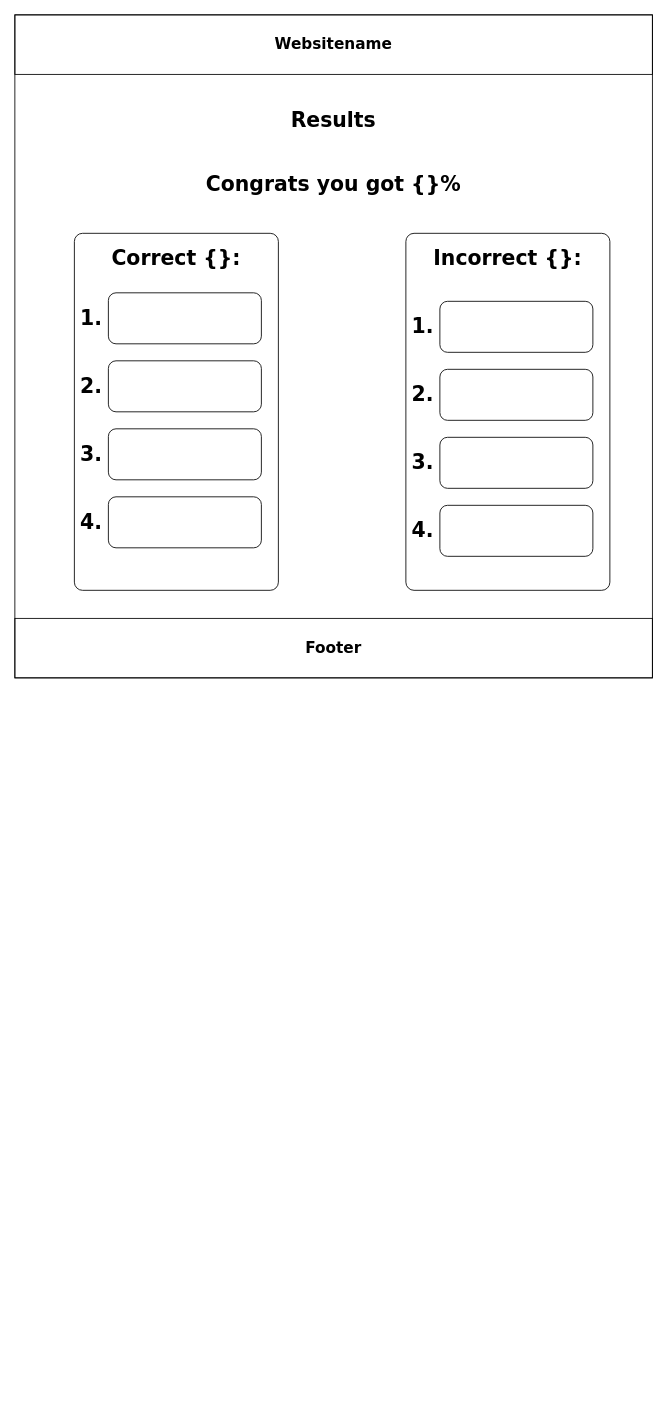
This is page "Quiz Result" (4 of 4) of WireFrames/Quiz WireFrame.drawio from TEESDAAL/QuizSite, a draw.io file, before an edit. Source tidied: cells renumbered, new cells numbered last; positions are measured from the earlier drawing's top-left corner, leaving out a move shared by most shapes. Both pictures are drawn from the tidied source at 85%, with x=0, y=0 at pixel (14, 14).
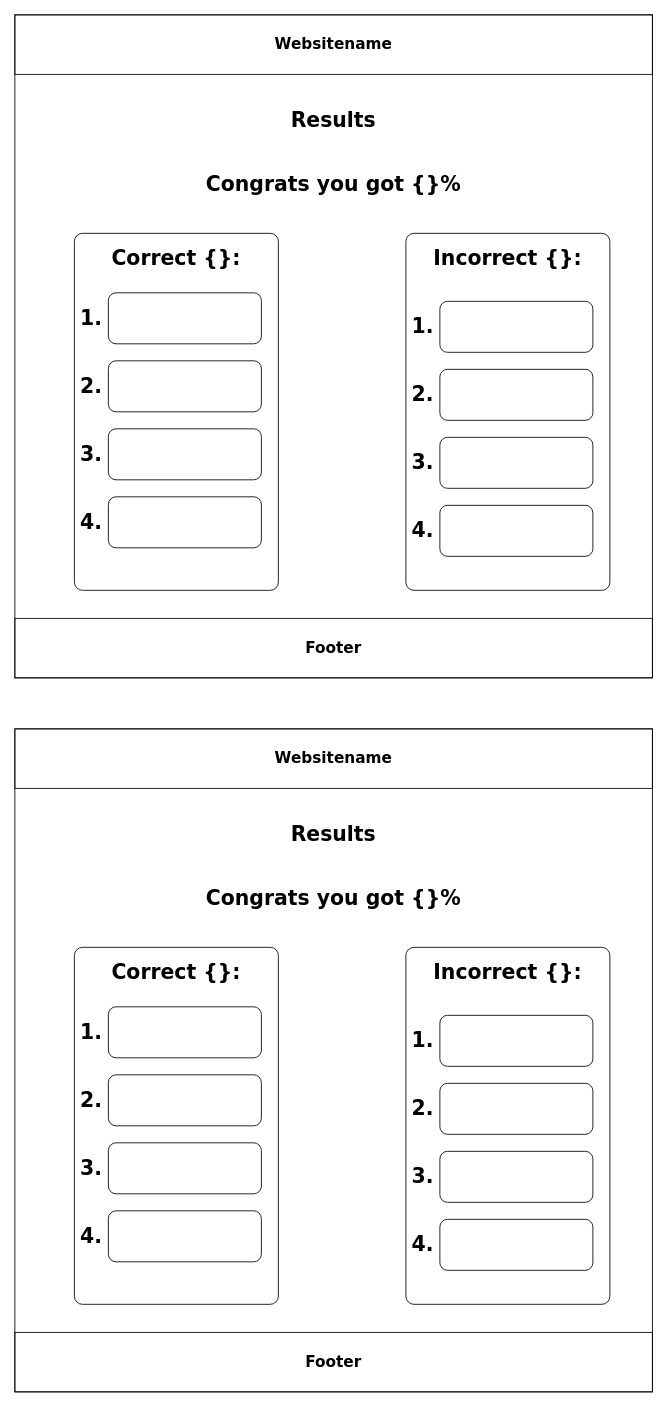
Above is the later version.

The edit, as a diff of the source:
```diff
@@
+    <mxCell id="29" style="rounded=0;whiteSpace=wrap;html=1;" parent="1" vertex="1">
+      <mxGeometry y="840" width="750" height="780" as="geometry" />
+    </mxCell>
+    <mxCell id="30" value="&lt;h2&gt;&lt;font face=&quot;Verdana&quot;&gt;Websitename&lt;/font&gt;&lt;/h2&gt;" style="rounded=0;whiteSpace=wrap;html=1;fillColor=none;align=center;" parent="1" vertex="1">
+      <mxGeometry y="840" width="750" height="70" as="geometry" />
+    </mxCell>
+    <mxCell id="31" value="&lt;h1&gt;&lt;font face=&quot;Verdana&quot;&gt;Results&lt;/font&gt;&lt;/h1&gt;" style="text;html=1;strokeColor=none;fillColor=none;align=center;verticalAlign=middle;whiteSpace=wrap;rounded=0;" parent="1" vertex="1">
+      <mxGeometry x="320" y="944" width="110" height="40" as="geometry" />
+    </mxCell>
+    <mxCell id="32" value="&lt;h1&gt;&lt;font face=&quot;Verdana&quot;&gt;Congrats you got {}%&lt;/font&gt;&lt;/h1&gt;" style="text;html=1;strokeColor=none;fillColor=none;align=center;verticalAlign=middle;whiteSpace=wrap;rounded=0;" parent="1" vertex="1">
+      <mxGeometry x="200" y="1020" width="350" height="40" as="geometry" />
+    </mxCell>
+    <mxCell id="33" style="rounded=1;whiteSpace=wrap;html=1;strokeColor=#FFFFFF;" parent="1" vertex="1">
+      <mxGeometry x="100" y="1137" width="120" height="60" as="geometry" />
+    </mxCell>
+    <mxCell id="34" style="rounded=1;whiteSpace=wrap;html=1;arcSize=4;" parent="1" vertex="1">
+      <mxGeometry x="70" y="1097" width="240" height="420" as="geometry" />
+    </mxCell>
+    <mxCell id="35" value="&lt;h1&gt;&lt;font face=&quot;Verdana&quot;&gt;Correct {}:&lt;/font&gt;&lt;/h1&gt;" style="text;html=1;strokeColor=none;fillColor=none;align=center;verticalAlign=middle;whiteSpace=wrap;rounded=0;" parent="1" vertex="1">
+      <mxGeometry x="70" y="1117" width="240" height="20" as="geometry" />
+    </mxCell>
+    <mxCell id="36" style="rounded=1;whiteSpace=wrap;html=1;" parent="1" vertex="1">
+      <mxGeometry x="110" y="1167" width="180" height="60" as="geometry" />
+    </mxCell>
+    <mxCell id="37" style="rounded=1;whiteSpace=wrap;html=1;" parent="1" vertex="1">
+      <mxGeometry x="110" y="1247" width="180" height="60" as="geometry" />
+    </mxCell>
+    <mxCell id="38" style="rounded=1;whiteSpace=wrap;html=1;" parent="1" vertex="1">
+      <mxGeometry x="110" y="1327" width="180" height="60" as="geometry" />
+    </mxCell>
+    <mxCell id="39" style="rounded=1;whiteSpace=wrap;html=1;" parent="1" vertex="1">
+      <mxGeometry x="110" y="1407" width="180" height="60" as="geometry" />
+    </mxCell>
+    <mxCell id="40" value="&lt;h1&gt;&lt;font face=&quot;Verdana&quot;&gt;1.&lt;/font&gt;&lt;/h1&gt;" style="text;html=1;strokeColor=none;fillColor=none;align=center;verticalAlign=middle;whiteSpace=wrap;rounded=0;" parent="1" vertex="1">
+      <mxGeometry x="70" y="1187" width="40" height="20" as="geometry" />
+    </mxCell>
+    <mxCell id="41" value="&lt;h1&gt;&lt;font face=&quot;Verdana&quot;&gt;2.&lt;/font&gt;&lt;/h1&gt;" style="text;html=1;strokeColor=none;fillColor=none;align=center;verticalAlign=middle;whiteSpace=wrap;rounded=0;" parent="1" vertex="1">
+      <mxGeometry x="70" y="1267" width="40" height="20" as="geometry" />
+    </mxCell>
+    <mxCell id="42" value="&lt;h1&gt;&lt;font face=&quot;Verdana&quot;&gt;3.&lt;/font&gt;&lt;/h1&gt;" style="text;html=1;strokeColor=none;fillColor=none;align=center;verticalAlign=middle;whiteSpace=wrap;rounded=0;" parent="1" vertex="1">
+      <mxGeometry x="70" y="1347" width="40" height="20" as="geometry" />
+    </mxCell>
+    <mxCell id="43" value="&lt;h1&gt;&lt;font face=&quot;Verdana&quot;&gt;4.&lt;/font&gt;&lt;/h1&gt;" style="text;html=1;strokeColor=none;fillColor=none;align=center;verticalAlign=middle;whiteSpace=wrap;rounded=0;" parent="1" vertex="1">
+      <mxGeometry x="70" y="1427" width="40" height="20" as="geometry" />
+    </mxCell>
+    <mxCell id="44" style="rounded=1;whiteSpace=wrap;html=1;strokeColor=#FFFFFF;" parent="1" vertex="1">
+      <mxGeometry x="490" y="1147" width="120" height="60" as="geometry" />
+    </mxCell>
+    <mxCell id="45" style="rounded=1;whiteSpace=wrap;html=1;arcSize=4;" parent="1" vertex="1">
+      <mxGeometry x="460" y="1097" width="240" height="420" as="geometry" />
+    </mxCell>
+    <mxCell id="46" value="&lt;h1&gt;&lt;font face=&quot;Verdana&quot;&gt;Incorrect {}:&lt;/font&gt;&lt;/h1&gt;" style="text;html=1;strokeColor=none;fillColor=none;align=center;verticalAlign=middle;whiteSpace=wrap;rounded=0;" parent="1" vertex="1">
+      <mxGeometry x="460" y="1117" width="240" height="20" as="geometry" />
+    </mxCell>
+    <mxCell id="47" style="rounded=1;whiteSpace=wrap;html=1;" parent="1" vertex="1">
+      <mxGeometry x="500" y="1177" width="180" height="60" as="geometry" />
+    </mxCell>
+    <mxCell id="48" style="rounded=1;whiteSpace=wrap;html=1;" parent="1" vertex="1">
+      <mxGeometry x="500" y="1257" width="180" height="60" as="geometry" />
+    </mxCell>
+    <mxCell id="49" style="rounded=1;whiteSpace=wrap;html=1;" parent="1" vertex="1">
+      <mxGeometry x="500" y="1337" width="180" height="60" as="geometry" />
+    </mxCell>
+    <mxCell id="50" style="rounded=1;whiteSpace=wrap;html=1;" parent="1" vertex="1">
+      <mxGeometry x="500" y="1417" width="180" height="60" as="geometry" />
+    </mxCell>
+    <mxCell id="51" value="&lt;h1&gt;&lt;font face=&quot;Verdana&quot;&gt;1.&lt;/font&gt;&lt;/h1&gt;" style="text;html=1;strokeColor=none;fillColor=none;align=center;verticalAlign=middle;whiteSpace=wrap;rounded=0;" parent="1" vertex="1">
+      <mxGeometry x="460" y="1197" width="40" height="20" as="geometry" />
+    </mxCell>
+    <mxCell id="52" value="&lt;h1&gt;&lt;font face=&quot;Verdana&quot;&gt;2.&lt;/font&gt;&lt;/h1&gt;" style="text;html=1;strokeColor=none;fillColor=none;align=center;verticalAlign=middle;whiteSpace=wrap;rounded=0;" parent="1" vertex="1">
+      <mxGeometry x="460" y="1277" width="40" height="20" as="geometry" />
+    </mxCell>
+    <mxCell id="53" value="&lt;h1&gt;&lt;font face=&quot;Verdana&quot;&gt;3.&lt;/font&gt;&lt;/h1&gt;" style="text;html=1;strokeColor=none;fillColor=none;align=center;verticalAlign=middle;whiteSpace=wrap;rounded=0;" parent="1" vertex="1">
+      <mxGeometry x="460" y="1357" width="40" height="20" as="geometry" />
+    </mxCell>
+    <mxCell id="54" value="&lt;h1&gt;&lt;font face=&quot;Verdana&quot;&gt;4.&lt;/font&gt;&lt;/h1&gt;" style="text;html=1;strokeColor=none;fillColor=none;align=center;verticalAlign=middle;whiteSpace=wrap;rounded=0;" parent="1" vertex="1">
+      <mxGeometry x="460" y="1437" width="40" height="20" as="geometry" />
+    </mxCell>
+    <mxCell id="55" value="&lt;h2&gt;&lt;font face=&quot;Verdana&quot;&gt;Footer&lt;/font&gt;&lt;/h2&gt;" style="rounded=0;whiteSpace=wrap;html=1;fillColor=none;align=center;" parent="1" vertex="1">
+      <mxGeometry y="1550" width="750" height="70" as="geometry" />
+    </mxCell>
```
